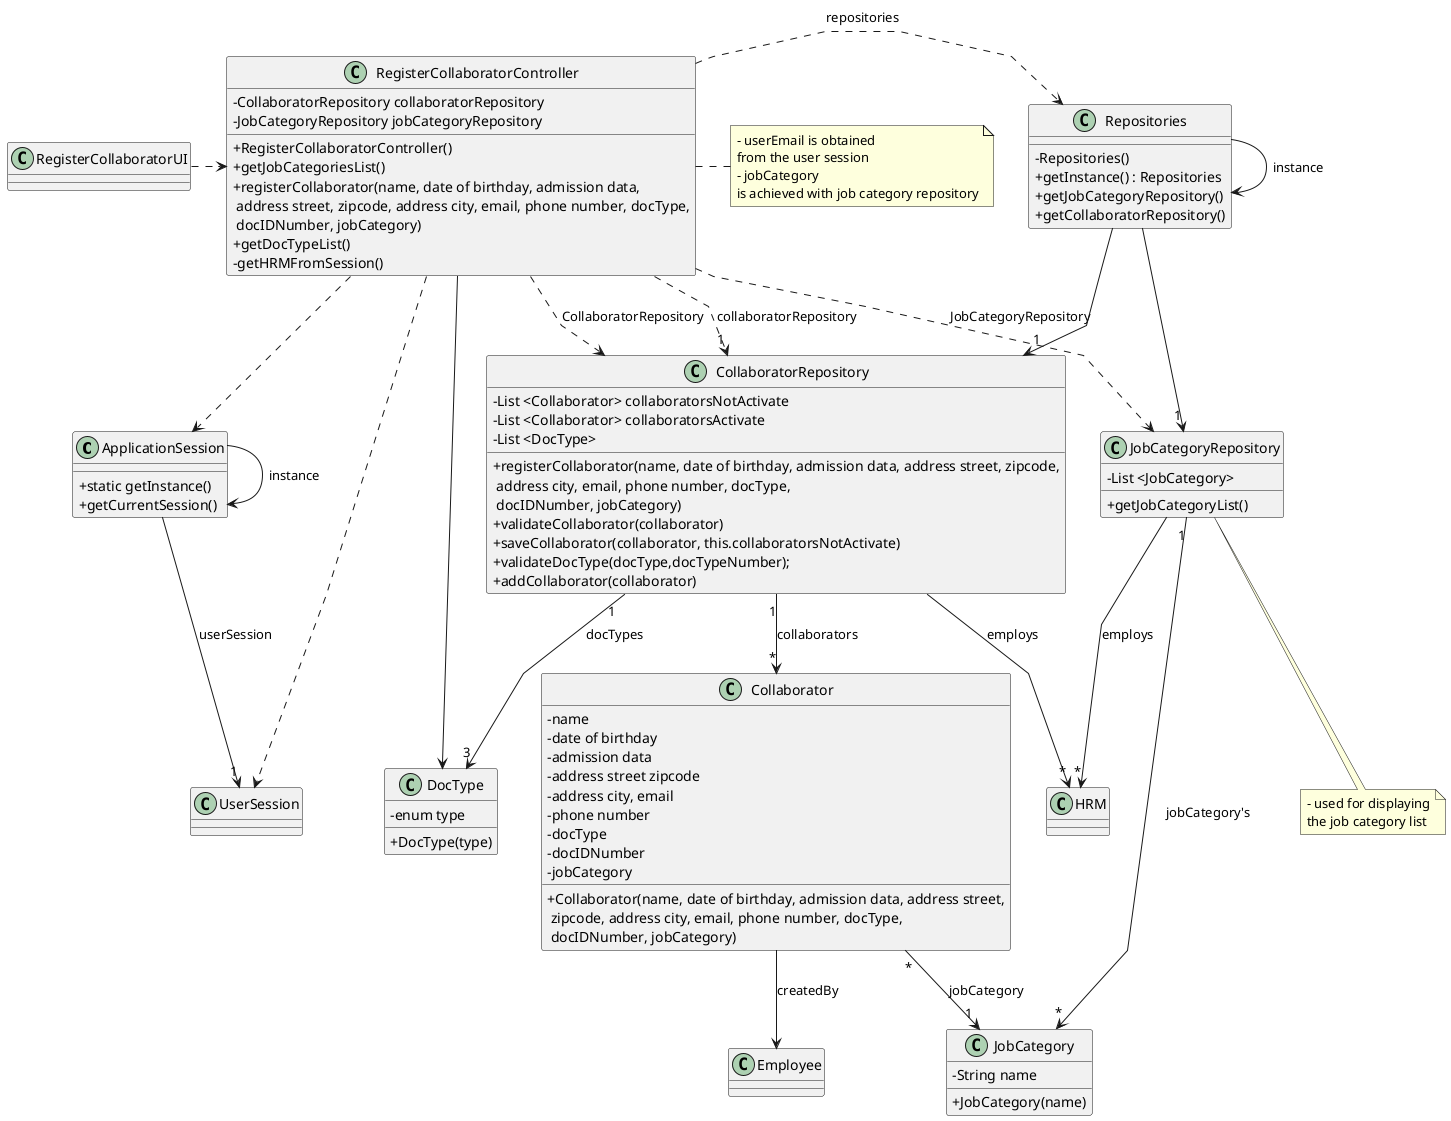
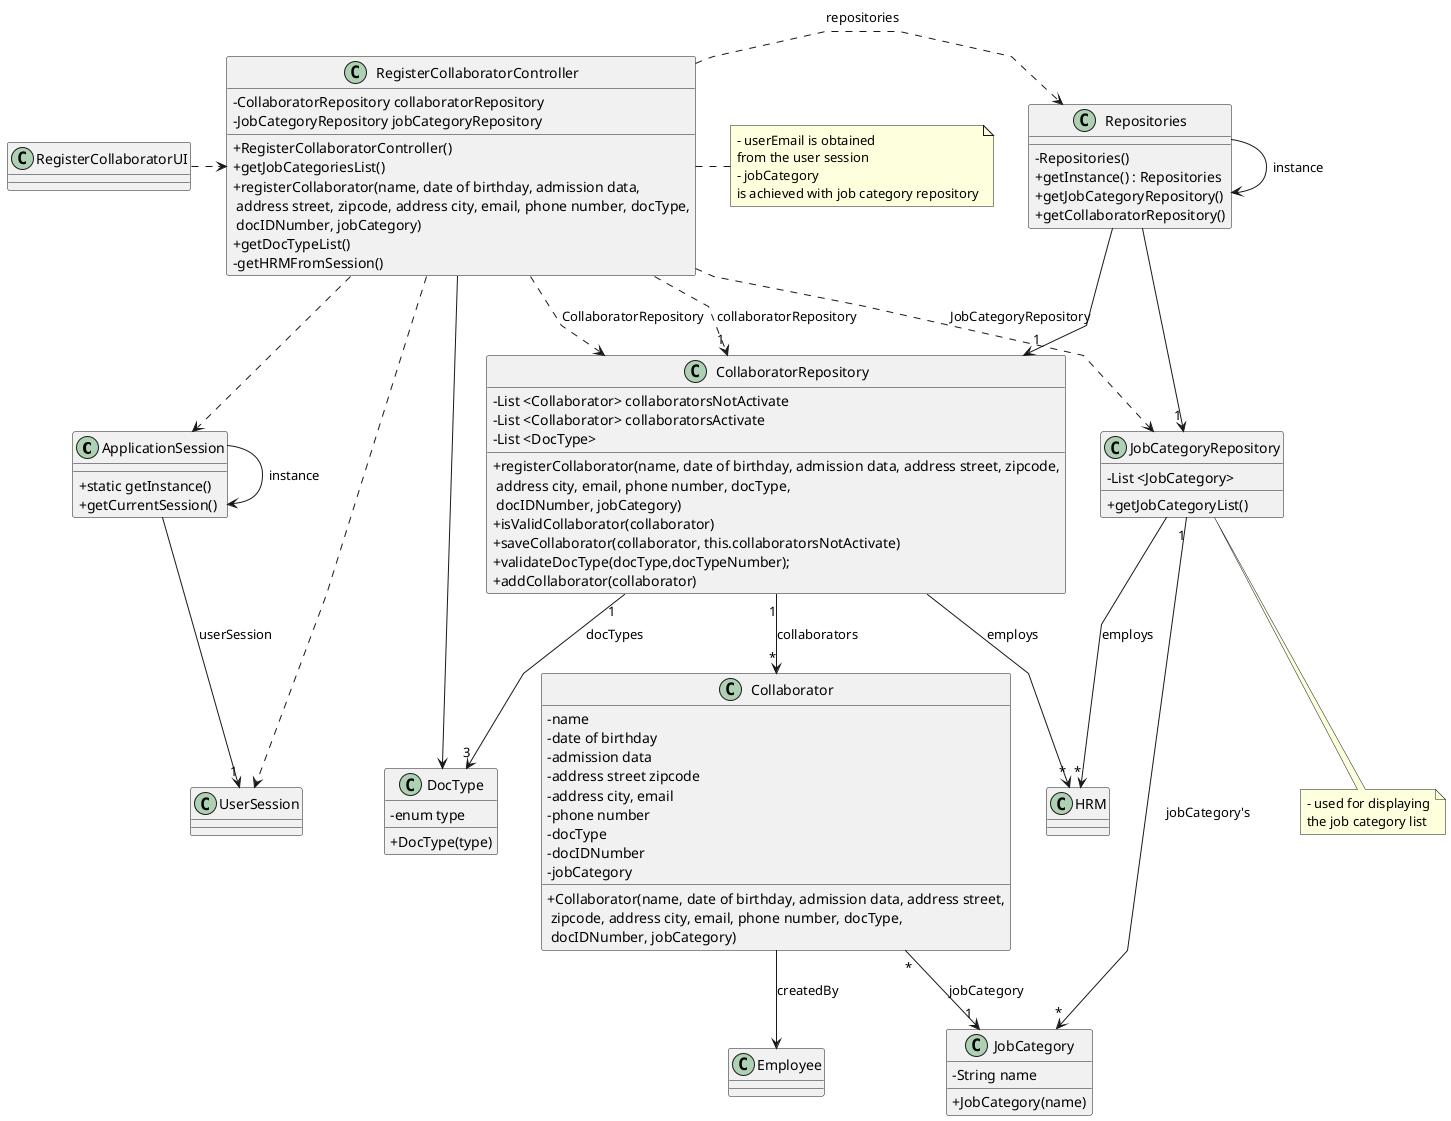
@startuml
'skinparam monochrome true
skinparam packageStyle rectangle
skinparam shadowing false
skinparam linetype polyline
'skinparam linetype orto

skinparam classAttributeIconSize 0

'left to right direction

class ApplicationSession{
    + static getInstance()
    + getCurrentSession()
}

class UserSession{
}

class HRM {
}

class Collaborator {
    - name
    - date of birthday
    - admission data
    - address street zipcode
    - address city, email
    - phone number
    - docType
    - docIDNumber
    - jobCategory

    + Collaborator(name, date of birthday, admission data, address street,\n zipcode, address city, email, phone number, docType,\n docIDNumber, jobCategory)
}

class JobCategory {
    - String name
    + JobCategory(name)
}

class CollaboratorRepository {
    - List <Collaborator> collaboratorsNotActivate
    - List <Collaborator> collaboratorsActivate
    - List <DocType>
    + registerCollaborator(name, date of birthday, admission data, address street, zipcode,\n address city, email, phone number, docType,\n docIDNumber, jobCategory)
-     + validateCollaborator(collaborator)
+     + isValidCollaborator(collaborator)
    + saveCollaborator(collaborator, this.collaboratorsNotActivate)
    + validateDocType(docType,docTypeNumber);
    + addCollaborator(collaborator)
}

class DocType{
    -enum type
    +DocType(type)
}

class JobCategoryRepository {
    - List <JobCategory>
    + getJobCategoryList()
}


class Repositories {
    - Repositories()
    + getInstance() : Repositories
    + getJobCategoryRepository()
    + getCollaboratorRepository()
}

class RegisterCollaboratorController {
    - CollaboratorRepository collaboratorRepository
    - JobCategoryRepository jobCategoryRepository
    + RegisterCollaboratorController()
    + getJobCategoriesList()
    + registerCollaborator(name, date of birthday, admission data,\n address street, zipcode, address city, email, phone number, docType,\n docIDNumber, jobCategory)
    + getDocTypeList()
    - getHRMFromSession()
}

note right of RegisterCollaboratorController
    - userEmail is obtained
    from the user session
    - jobCategory
    is achieved with job category repository
end note

note bottom of JobCategoryRepository
    - used for displaying
    the job category list
end note

class RegisterCollaboratorUI {
}

Repositories -> Repositories : instance
ApplicationSession -> ApplicationSession : instance

RegisterCollaboratorUI .> RegisterCollaboratorController

RegisterCollaboratorController .> Repositories : repositories

Repositories -> "1" JobCategoryRepository

RegisterCollaboratorController ..> CollaboratorRepository : CollaboratorRepository
RegisterCollaboratorController ..> JobCategoryRepository : JobCategoryRepository
RegisterCollaboratorController --> DocType
Repositories --> "1" CollaboratorRepository

ApplicationSession --> "1" UserSession : userSession
RegisterCollaboratorController ..> "1" CollaboratorRepository : collaboratorRepository
RegisterCollaboratorController ..> ApplicationSession
RegisterCollaboratorController ..> UserSession
Collaborator "*" --> "1" JobCategory : jobCategory
JobCategoryRepository "1" --> "*" JobCategory : jobCategory's
CollaboratorRepository "1" --> "*" Collaborator : collaborators
CollaboratorRepository "1" --> "3" DocType : docTypes
Collaborator --> Employee : createdBy

CollaboratorRepository --> "*" HRM : employs
JobCategoryRepository --> "*" HRM : employs


@enduml